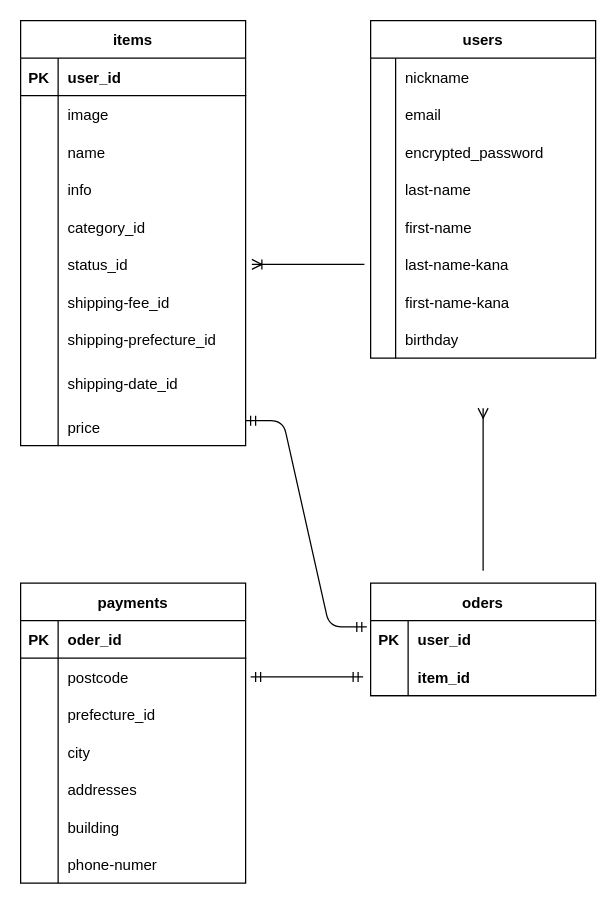
Above: dbcreate.dio in keiakamom/furima-39099 (draw.io), before the change. Source tidied: cells renumbered, new cells numbered last; positions are measured from the earlier drawing's top-left corner, leaving out a move shared by most shapes. Both pictures are drawn from the tidied source at 125%, with x=0, y=0 at pixel (20, 20).
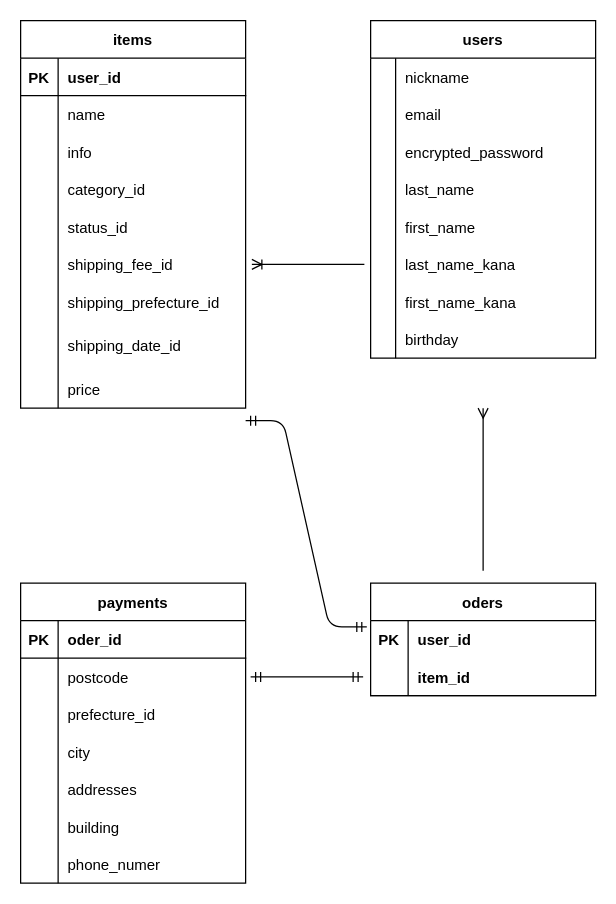
The same diagram, later.

Commit message (it also covers changes not shown here):
データベース設計の修正２

Unchanged cells that the change refers to:
```xml
<mxCell id="43" style="shape=tableRow;horizontal=0;startSize=0;swimlaneHead=0;swimlaneBody=0;fillColor=none;top=0;left=0;right=0;bottom=0;" parent="33" vertex="1">
  <mxGeometry y="120" width="180" height="30" as="geometry" />
</mxCell>
<mxCell id="46" style="shape=tableRow;horizontal=0;startSize=0;swimlaneHead=0;swimlaneBody=0;fillColor=none;top=0;left=0;right=0;bottom=0;" parent="33" vertex="1">
  <mxGeometry y="150" width="180" height="30" as="geometry" />
</mxCell>
<mxCell id="49" style="shape=tableRow;horizontal=0;startSize=0;swimlaneHead=0;swimlaneBody=0;fillColor=none;top=0;left=0;right=0;bottom=0;" parent="33" vertex="1">
  <mxGeometry y="180" width="180" height="30" as="geometry" />
</mxCell>
<mxCell id="52" style="shape=tableRow;horizontal=0;startSize=0;swimlaneHead=0;swimlaneBody=0;fillColor=none;top=0;left=0;right=0;bottom=0;" parent="33" vertex="1">
  <mxGeometry y="210" width="180" height="30" as="geometry" />
</mxCell>
<mxCell id="77" style="shape=tableRow;horizontal=0;startSize=0;swimlaneHead=0;swimlaneBody=0;fillColor=none;top=0;left=0;right=0;bottom=0;" parent="58" vertex="1">
  <mxGeometry y="210" width="180" height="30" as="geometry" />
</mxCell>
```

The edit, as a diff of the source:
```diff
@@
     <mxCell id="2" value="items" style="shape=table;startSize=30;childLayout=tableLayout;rowLines=0;fontStyle=1;align=center;" parent="1" vertex="1">
-      <mxGeometry width="180" height="340" as="geometry" />
+      <mxGeometry width="180" height="310" as="geometry" />
     </mxCell>
@@
-    <mxCell id="6" style="shape=tableRow;horizontal=0;startSize=0;swimlaneHead=0;swimlaneBody=0;fillColor=none;top=0;left=0;right=0;bottom=0;" parent="2" vertex="1">
-      <mxGeometry y="60" width="180" height="30" as="geometry" />
-    </mxCell>
-    <mxCell id="7" style="shape=partialRectangle;fillColor=none;top=0;left=0;bottom=0;right=0;overflow=hidden;" parent="6" vertex="1">
-      <mxGeometry width="30" height="30" as="geometry" />
-    </mxCell>
-    <mxCell id="8" value="image" style="shape=partialRectangle;fillColor=none;top=0;left=0;bottom=0;right=0;align=left;spacingLeft=6;overflow=hidden;" parent="6" vertex="1">
-      <mxGeometry x="30" width="150" height="30" as="geometry" />
-    </mxCell>
     <mxCell id="9" style="shape=tableRow;horizontal=0;startSize=0;swimlaneHead=0;swimlaneBody=0;fillColor=none;top=0;left=0;right=0;bottom=0;" parent="2" vertex="1">
-      <mxGeometry y="90" width="180" height="30" as="geometry" />
+      <mxGeometry y="60" width="180" height="30" as="geometry" />
     </mxCell>
@@
     <mxCell id="12" style="shape=tableRow;horizontal=0;startSize=0;swimlaneHead=0;swimlaneBody=0;fillColor=none;top=0;left=0;right=0;bottom=0;" parent="2" vertex="1">
-      <mxGeometry y="120" width="180" height="30" as="geometry" />
+      <mxGeometry y="90" width="180" height="30" as="geometry" />
     </mxCell>
@@
     <mxCell id="15" style="shape=tableRow;horizontal=0;startSize=0;swimlaneHead=0;swimlaneBody=0;fillColor=none;top=0;left=0;right=0;bottom=0;" parent="2" vertex="1">
-      <mxGeometry y="150" width="180" height="30" as="geometry" />
+      <mxGeometry y="120" width="180" height="30" as="geometry" />
     </mxCell>
@@
     <mxCell id="18" style="shape=tableRow;horizontal=0;startSize=0;swimlaneHead=0;swimlaneBody=0;fillColor=none;top=0;left=0;right=0;bottom=0;" parent="2" vertex="1">
-      <mxGeometry y="180" width="180" height="30" as="geometry" />
+      <mxGeometry y="150" width="180" height="30" as="geometry" />
     </mxCell>
@@
     <mxCell id="21" style="shape=tableRow;horizontal=0;startSize=0;swimlaneHead=0;swimlaneBody=0;fillColor=none;top=0;left=0;right=0;bottom=0;" parent="2" vertex="1">
-      <mxGeometry y="210" width="180" height="30" as="geometry" />
+      <mxGeometry y="180" width="180" height="30" as="geometry" />
     </mxCell>
@@
-    <mxCell id="23" value="shipping-fee_id" style="shape=partialRectangle;fillColor=none;top=0;left=0;bottom=0;right=0;align=left;spacingLeft=6;overflow=hidden;" parent="21" vertex="1">
+    <mxCell id="23" value="shipping_fee_id" style="shape=partialRectangle;fillColor=none;top=0;left=0;bottom=0;right=0;align=left;spacingLeft=6;overflow=hidden;" parent="21" vertex="1">
       <mxGeometry x="30" width="150" height="30" as="geometry" />
     </mxCell>
     <mxCell id="24" style="shape=tableRow;horizontal=0;startSize=0;swimlaneHead=0;swimlaneBody=0;fillColor=none;top=0;left=0;right=0;bottom=0;" parent="2" vertex="1">
-      <mxGeometry y="240" width="180" height="30" as="geometry" />
+      <mxGeometry y="210" width="180" height="30" as="geometry" />
     </mxCell>
@@
-    <mxCell id="26" value="shipping-prefecture_id" style="shape=partialRectangle;fillColor=none;top=0;left=0;bottom=0;right=0;align=left;spacingLeft=6;overflow=hidden;" parent="24" vertex="1">
+    <mxCell id="26" value="shipping_prefecture_id" style="shape=partialRectangle;fillColor=none;top=0;left=0;bottom=0;right=0;align=left;spacingLeft=6;overflow=hidden;" parent="24" vertex="1">
       <mxGeometry x="30" width="150" height="30" as="geometry" />
     </mxCell>
     <mxCell id="27" style="shape=tableRow;horizontal=0;startSize=0;swimlaneHead=0;swimlaneBody=0;fillColor=none;top=0;left=0;right=0;bottom=0;" parent="2" vertex="1">
-      <mxGeometry y="270" width="180" height="40" as="geometry" />
+      <mxGeometry y="240" width="180" height="40" as="geometry" />
     </mxCell>
@@
-    <mxCell id="29" value="shipping-date_id" style="shape=partialRectangle;fillColor=none;top=0;left=0;bottom=0;right=0;align=left;spacingLeft=6;overflow=hidden;" parent="27" vertex="1">
+    <mxCell id="29" value="shipping_date_id" style="shape=partialRectangle;fillColor=none;top=0;left=0;bottom=0;right=0;align=left;spacingLeft=6;overflow=hidden;" parent="27" vertex="1">
       <mxGeometry x="30" width="150" height="40" as="geometry" />
     </mxCell>
     <mxCell id="30" style="shape=tableRow;horizontal=0;startSize=0;swimlaneHead=0;swimlaneBody=0;fillColor=none;top=0;left=0;right=0;bottom=0;" parent="2" vertex="1">
-      <mxGeometry y="310" width="180" height="30" as="geometry" />
+      <mxGeometry y="280" width="180" height="30" as="geometry" />
     </mxCell>
@@
-    <mxCell id="45" value="last-name" style="shape=partialRectangle;fillColor=none;top=0;left=0;bottom=0;right=0;align=left;spacingLeft=6;overflow=hidden;" parent="43" vertex="1">
+    <mxCell id="45" value="last_name" style="shape=partialRectangle;fillColor=none;top=0;left=0;bottom=0;right=0;align=left;spacingLeft=6;overflow=hidden;" parent="43" vertex="1">
       <mxGeometry x="20" width="160" height="30" as="geometry" />
     </mxCell>
@@
-    <mxCell id="48" value="first-name" style="shape=partialRectangle;fillColor=none;top=0;left=0;bottom=0;right=0;align=left;spacingLeft=6;overflow=hidden;" parent="46" vertex="1">
+    <mxCell id="48" value="first_name" style="shape=partialRectangle;fillColor=none;top=0;left=0;bottom=0;right=0;align=left;spacingLeft=6;overflow=hidden;" parent="46" vertex="1">
       <mxGeometry x="20" width="160" height="30" as="geometry" />
     </mxCell>
@@
-    <mxCell id="51" value="last-name-kana" style="shape=partialRectangle;fillColor=none;top=0;left=0;bottom=0;right=0;align=left;spacingLeft=6;overflow=hidden;" parent="49" vertex="1">
+    <mxCell id="51" value="last_name_kana" style="shape=partialRectangle;fillColor=none;top=0;left=0;bottom=0;right=0;align=left;spacingLeft=6;overflow=hidden;" parent="49" vertex="1">
       <mxGeometry x="20" width="160" height="30" as="geometry" />
     </mxCell>
@@
-    <mxCell id="54" value="first-name-kana" style="shape=partialRectangle;fillColor=none;top=0;left=0;bottom=0;right=0;align=left;spacingLeft=6;overflow=hidden;" parent="52" vertex="1">
+    <mxCell id="54" value="first_name_kana" style="shape=partialRectangle;fillColor=none;top=0;left=0;bottom=0;right=0;align=left;spacingLeft=6;overflow=hidden;" parent="52" vertex="1">
       <mxGeometry x="20" width="160" height="30" as="geometry" />
     </mxCell>
@@
-    <mxCell id="79" value="phone-numer" style="shape=partialRectangle;fillColor=none;top=0;left=0;bottom=0;right=0;align=left;spacingLeft=6;overflow=hidden;" parent="77" vertex="1">
+    <mxCell id="79" value="phone_numer" style="shape=partialRectangle;fillColor=none;top=0;left=0;bottom=0;right=0;align=left;spacingLeft=6;overflow=hidden;" parent="77" vertex="1">
       <mxGeometry x="30" width="150" height="30" as="geometry" />
     </mxCell>
```
